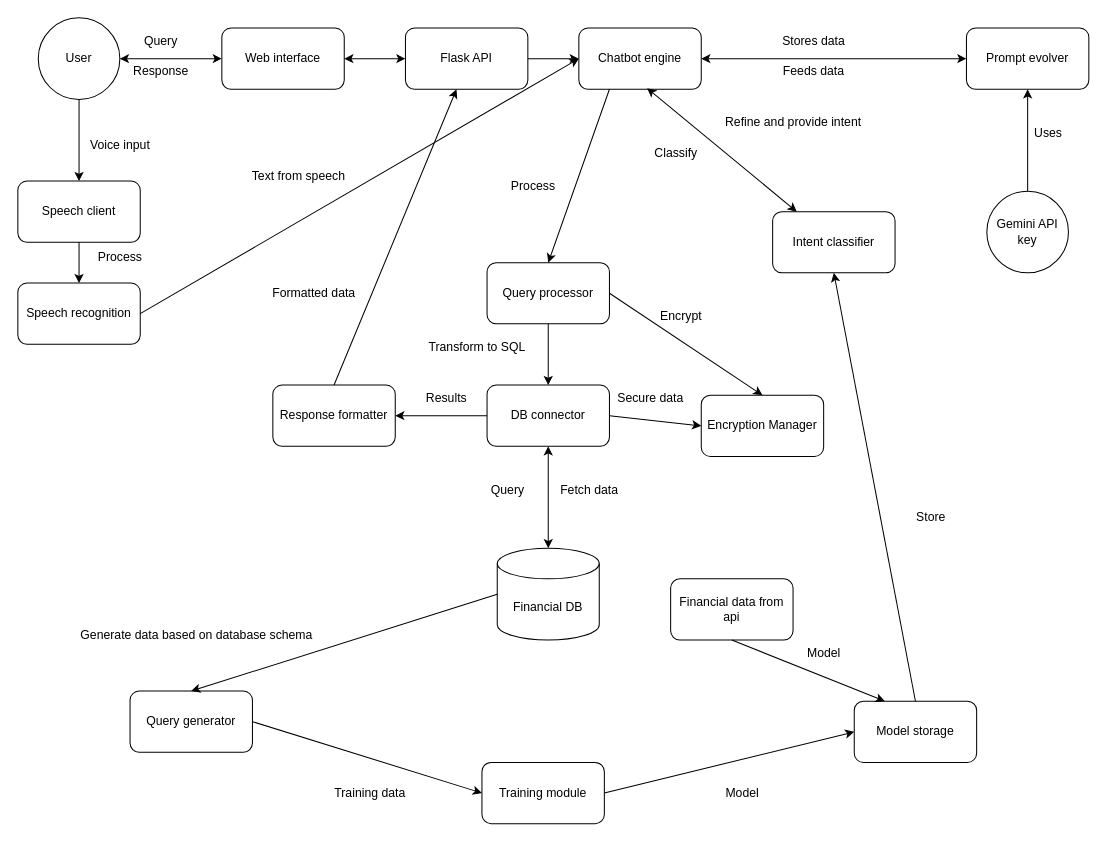
The draw.io diagram dataflow.drawio in Ioan1234/SecureChatbot, before the edit. Source tidied: cells renumbered, new cells numbered last; positions are measured from the earlier drawing's top-left corner, leaving out a move shared by most shapes. Both pictures are drawn from the tidied source at 102%, with x=0, y=0 at pixel (17, 17).
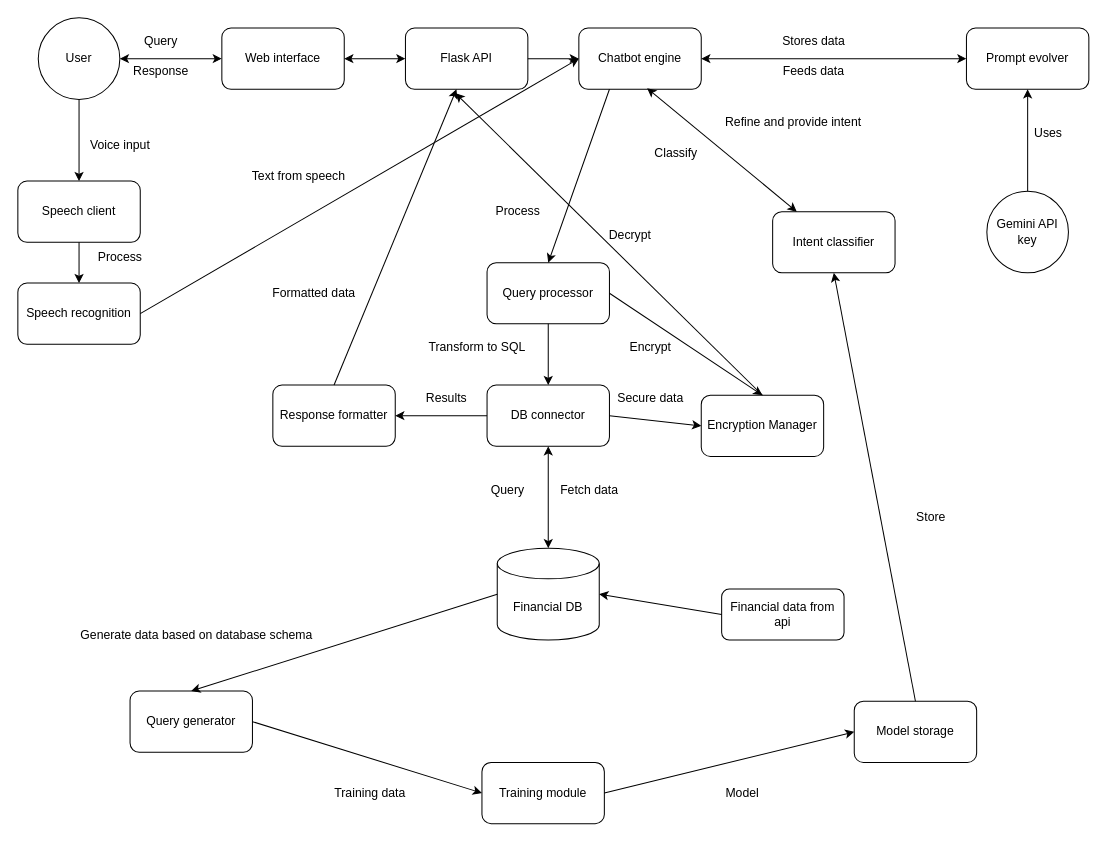
After the change.

The change refers to these unchanged cells:
```xml
<mxCell id="13" value="Flask API" style="rounded=1;whiteSpace=wrap;html=1;" parent="1" vertex="1">
  <mxGeometry x="380" y="10" width="120" height="60" as="geometry" />
</mxCell>
<mxCell id="22" value="Query processor" style="rounded=1;whiteSpace=wrap;html=1;" parent="1" vertex="1">
  <mxGeometry x="460" y="240" width="120" height="60" as="geometry" />
</mxCell>
<mxCell id="27" value="Encryption Manager" style="rounded=1;whiteSpace=wrap;html=1;" parent="1" vertex="1">
  <mxGeometry x="670" y="370" width="120" height="60" as="geometry" />
</mxCell>
<mxCell id="33" value="Financial DB" style="shape=cylinder3;whiteSpace=wrap;html=1;boundedLbl=1;backgroundOutline=1;size=15;" parent="1" vertex="1">
  <mxGeometry x="470" y="520" width="100" height="90" as="geometry" />
</mxCell>
<mxCell id="45" value="Model storage" style="rounded=1;whiteSpace=wrap;html=1;" parent="1" vertex="1">
  <mxGeometry x="820" y="670" width="120" height="60" as="geometry" />
</mxCell>
```

Diff of the diagram source:
```diff
@@
     <mxCell id="24" value="Process" style="text;html=1;align=center;verticalAlign=middle;strokeColor=none;fillColor=none;" parent="1" vertex="1">
-      <mxGeometry x="470" y="150" width="70" height="30" as="geometry" />
+      <mxGeometry x="455" y="175" width="70" height="30" as="geometry" />
     </mxCell>
@@
-    <mxCell id="28" style="endArrow=classic;html=1;rounded=0;entryX=0.5;entryY=0;entryDx=0;entryDy=0;exitX=1;exitY=0.5;exitDx=0;exitDy=0;" parent="1" edge="1" source="22" target="27">
-      <mxGeometry relative="1" as="geometry" />
-    </mxCell>
@@
     <mxCell id="30" value="Encrypt" style="text;html=1;align=center;verticalAlign=middle;strokeColor=none;fillColor=none;" parent="1" vertex="1">
-      <mxGeometry x="620" y="278" width="60" height="30" as="geometry" />
+      <mxGeometry x="590" y="308" width="60" height="30" as="geometry" />
     </mxCell>
@@
     <mxCell id="54" value="Financial data from api" style="rounded=1;whiteSpace=wrap;html=1;" parent="1" vertex="1">
-      <mxGeometry x="640" y="550" width="120" height="60" as="geometry" />
+      <mxGeometry x="690" y="560" width="120" height="50" as="geometry" />
     </mxCell>
-    <mxCell id="55" style="endArrow=classic;html=1;rounded=0;entryX=0.25;entryY=0;entryDx=0;entryDy=0;exitX=0.5;exitY=1;exitDx=0;exitDy=0;" parent="1" edge="1" source="54" target="45">
-      <mxGeometry relative="1" as="geometry" />
-    </mxCell>
-    <mxCell id="56" value="Model" style="text;html=1;align=center;verticalAlign=middle;strokeColor=none;fillColor=none;" parent="1" vertex="1">
-      <mxGeometry x="760" y="608" width="60" height="30" as="geometry" />
-    </mxCell>
@@
+    <mxCell id="28" style="endArrow=classic;html=1;rounded=0;entryX=0.5;entryY=0;entryDx=0;entryDy=0;exitX=1;exitY=0.5;exitDx=0;exitDy=0;" parent="1" edge="1" source="22" target="27">
+      <mxGeometry relative="1" as="geometry" />
+    </mxCell>
+    <mxCell id="64" style="endArrow=classic;html=1;rounded=0;entryX=0.409;entryY=1.066;entryDx=0;entryDy=0;entryPerimeter=0;exitX=0.5;exitY=0;exitDx=0;exitDy=0;" parent="1" edge="1" source="27" target="13">
+      <mxGeometry relative="1" as="geometry" />
+    </mxCell>
+    <mxCell id="65" value="Decrypt" style="text;html=1;align=center;verticalAlign=middle;strokeColor=none;fillColor=none;" parent="1" vertex="1">
+      <mxGeometry x="570" y="198" width="60" height="30" as="geometry" />
+    </mxCell>
+    <mxCell id="66" style="endArrow=classic;html=1;rounded=0;entryX=1;entryY=0.5;entryDx=0;entryDy=0;entryPerimeter=0;exitX=0;exitY=0.5;exitDx=0;exitDy=0;" parent="1" edge="1" source="54" target="33">
+      <mxGeometry relative="1" as="geometry" />
+    </mxCell>
```
